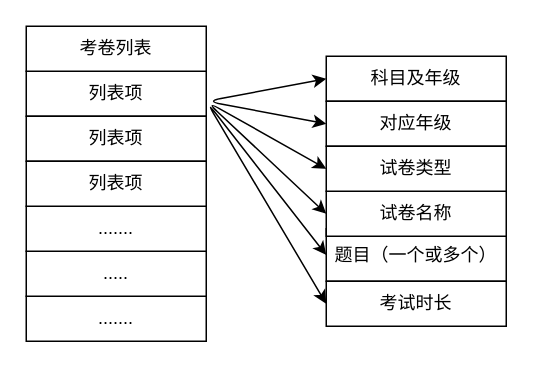
Above: 2.2.3 ExamPaper.drawio in myyuhao/hello-world (draw.io), before the change. Source tidied: cells renumbered, new cells numbered last; positions are measured from the earlier drawing's top-left corner, leaving out a move shared by most shapes. Both pictures are drawn from the tidied source at 150%, with x=0, y=0 at pixel (26, 26).
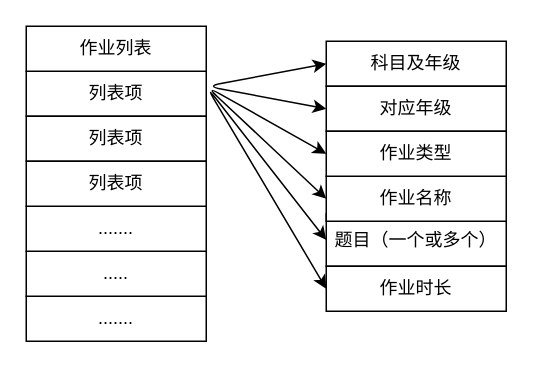
The same diagram, later.

What changed in the source:
```diff
@@
-    <mxCell id="3" value="考卷列表" style="rounded=0;whiteSpace=wrap;html=1;" parent="1" vertex="1">
+    <mxCell id="3" value="作业列表" style="rounded=0;whiteSpace=wrap;html=1;" parent="1" vertex="1">
       <mxGeometry width="120" height="30" as="geometry" />
     </mxCell>
@@
     <mxCell id="5" value="科目及年级" style="rounded=0;whiteSpace=wrap;html=1;" parent="1" vertex="1">
-      <mxGeometry x="200" y="20" width="120" height="30" as="geometry" />
+      <mxGeometry x="200" y="10" width="120" height="30" as="geometry" />
     </mxCell>
@@
     <mxCell id="10" value="对应年级" style="rounded=0;whiteSpace=wrap;html=1;" parent="1" vertex="1">
-      <mxGeometry x="200" y="50" width="120" height="30" as="geometry" />
+      <mxGeometry x="200" y="40" width="120" height="30" as="geometry" />
     </mxCell>
     <mxCell id="11" style="endArrow=classic;startArrow=classic;html=1;exitX=0;exitY=0.5;exitDx=0;exitDy=0;entryX=0;entryY=0.5;entryDx=0;entryDy=0;" parent="1" edge="1" source="10" target="5">
       <mxGeometry relative="1" as="geometry">
         <Array as="points">
-          <mxPoint x="120" y="50" />
+          <mxPoint x="120" y="40" />
         </Array>
       </mxGeometry>
     </mxCell>
     <mxCell id="12" value="题目（一个或多个）" style="rounded=0;whiteSpace=wrap;html=1;" parent="1" vertex="1">
-      <mxGeometry x="200" y="135" width="120" height="35" as="geometry" />
+      <mxGeometry x="200" y="125" width="120" height="35" as="geometry" />
     </mxCell>
-    <mxCell id="13" value="试卷名称" style="rounded=0;whiteSpace=wrap;html=1;" parent="1" vertex="1">
-      <mxGeometry x="200" y="110" width="120" height="30" as="geometry" />
+    <mxCell id="13" value="作业名称" style="rounded=0;whiteSpace=wrap;html=1;" parent="1" vertex="1">
+      <mxGeometry x="200" y="100" width="120" height="30" as="geometry" />
     </mxCell>
-    <mxCell id="14" value="试卷类型" style="rounded=0;whiteSpace=wrap;html=1;" parent="1" vertex="1">
-      <mxGeometry x="200" y="80" width="120" height="30" as="geometry" />
+    <mxCell id="14" value="作业类型" style="rounded=0;whiteSpace=wrap;html=1;" parent="1" vertex="1">
+      <mxGeometry x="200" y="70" width="120" height="30" as="geometry" />
     </mxCell>
     <mxCell id="15" style="endArrow=classic;startArrow=classic;html=1;entryX=0;entryY=0.5;entryDx=0;entryDy=0;exitX=0;exitY=0.5;exitDx=0;exitDy=0;" parent="1" edge="1" source="13" target="14">
       <mxGeometry relative="1" as="geometry">
         <Array as="points">
-          <mxPoint x="120" y="50" />
+          <mxPoint x="120" y="40" />
         </Array>
       </mxGeometry>
     </mxCell>
-    <mxCell id="16" value="考试时长" style="rounded=0;whiteSpace=wrap;html=1;" parent="1" vertex="1">
-      <mxGeometry x="200" y="170" width="120" height="30" as="geometry" />
+    <mxCell id="16" value="作业时长" style="rounded=0;whiteSpace=wrap;html=1;" parent="1" vertex="1">
+      <mxGeometry x="200" y="160" width="120" height="30" as="geometry" />
     </mxCell>
     <mxCell id="17" style="endArrow=classic;startArrow=classic;html=1;entryX=0;entryY=0.5;entryDx=0;entryDy=0;exitX=0;exitY=0.5;exitDx=0;exitDy=0;" parent="1" edge="1" source="16" target="12">
       <mxGeometry relative="1" as="geometry">
         <Array as="points">
-          <mxPoint x="120" y="50" />
+          <mxPoint x="120" y="40" />
         </Array>
       </mxGeometry>
     </mxCell>
```
